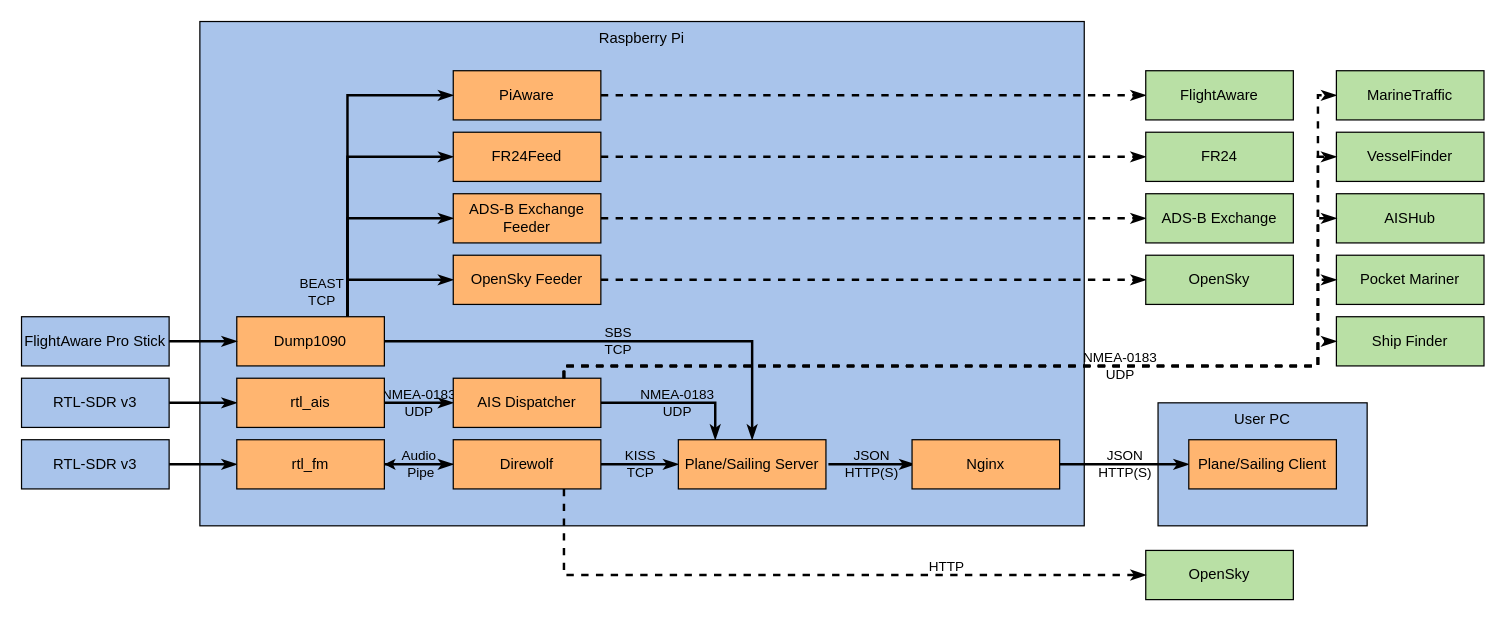
ianrenton/ianrenton.com keeps this draw.io diagram as page "Software and Data Flow" (3 of 3) of hardware/planesailing/arch.drawio. Above is the earlier version. Source tidied: cells renumbered, new cells numbered last; positions are measured from the earlier drawing's top-left corner, leaving out a move shared by most shapes. Both pictures are drawn from the tidied source at 123%, with x=0, y=0 at pixel (21, 21).
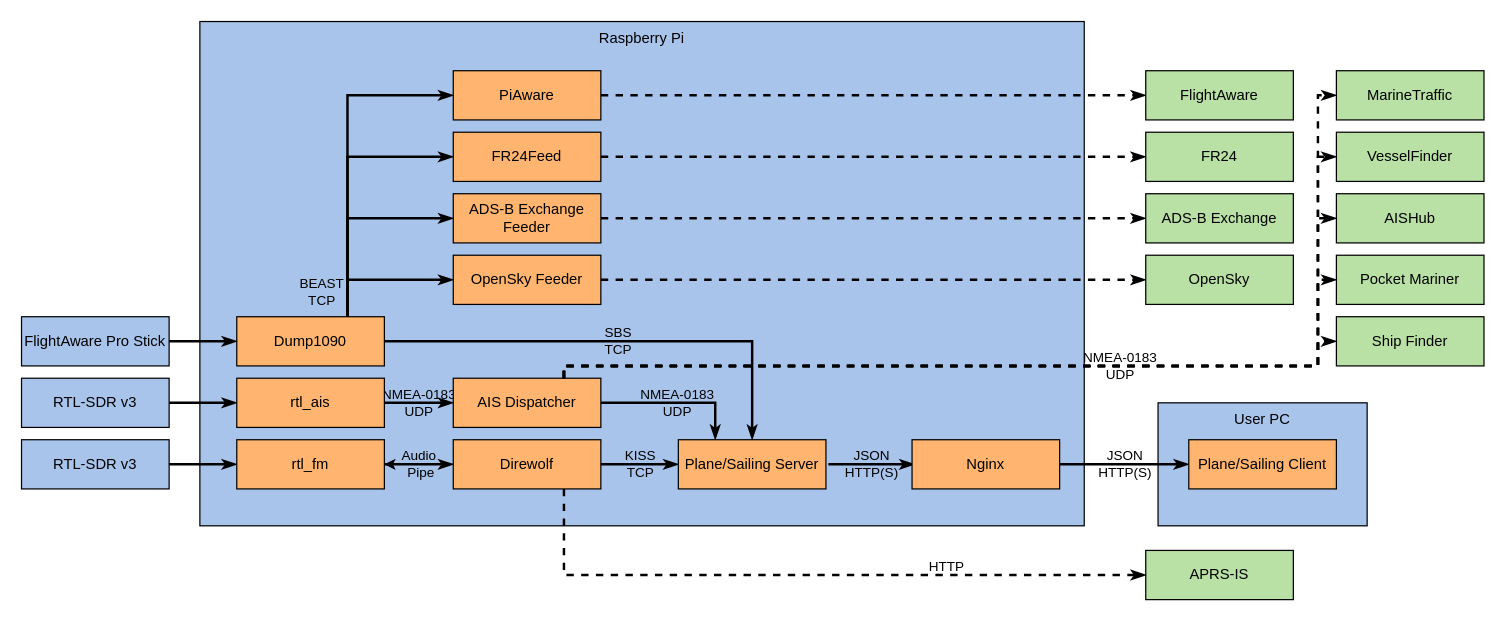
The same diagram, later.

What changed in the source:
```diff
@@
-    <mxCell id="53" value="OpenSky" style="rounded=0;whiteSpace=wrap;html=1;fillColor=#B9E0A5;" parent="1" vertex="1">
+    <mxCell id="53" value="APRS-IS" style="rounded=0;whiteSpace=wrap;html=1;fillColor=#B9E0A5;" parent="1" vertex="1">
       <mxGeometry x="914" y="430" width="120" height="40" as="geometry" />
     </mxCell>
```
